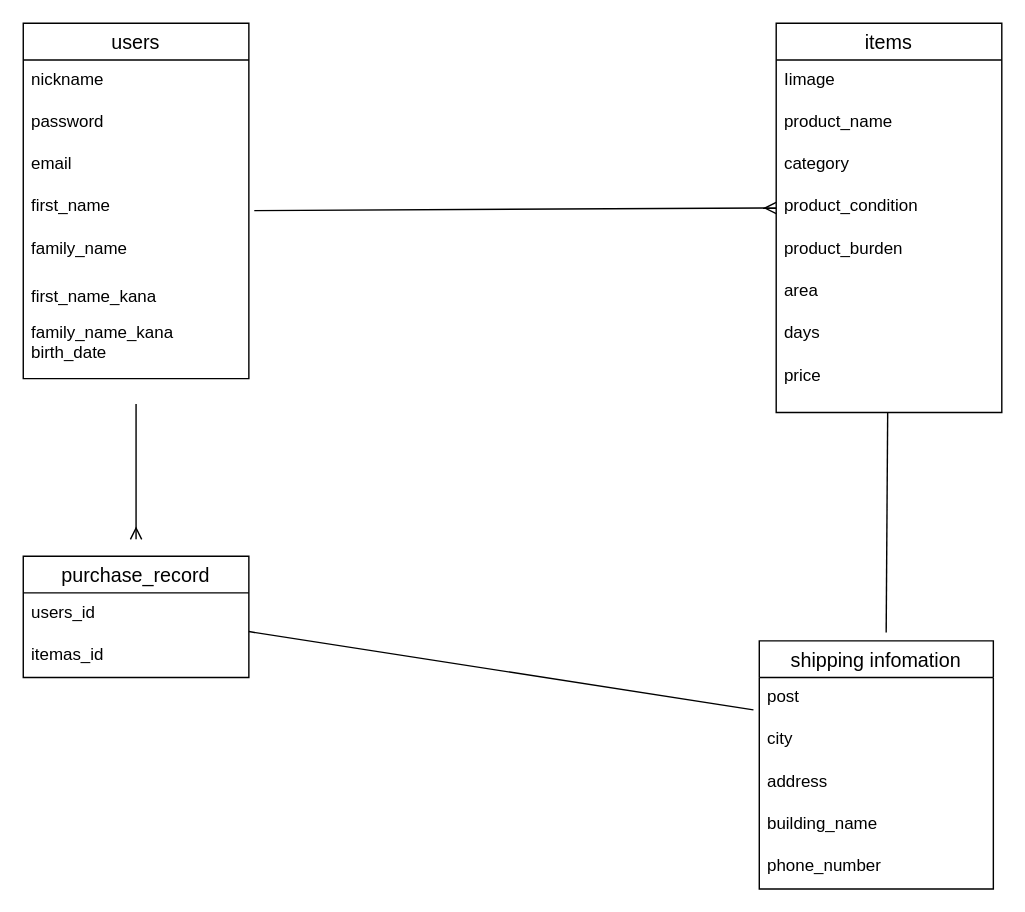
hayasitakahiro/furima-38152 keeps this draw.io diagram as page "ページ1" (1 of 2) of app/sample.dio. Above is the earlier version. Source tidied: cells renumbered, new cells numbered last; positions are measured from the earlier drawing's top-left corner, leaving out a move shared by most shapes. Both pictures are drawn from the tidied source at 141%, with x=0, y=0 at pixel (23, 23).
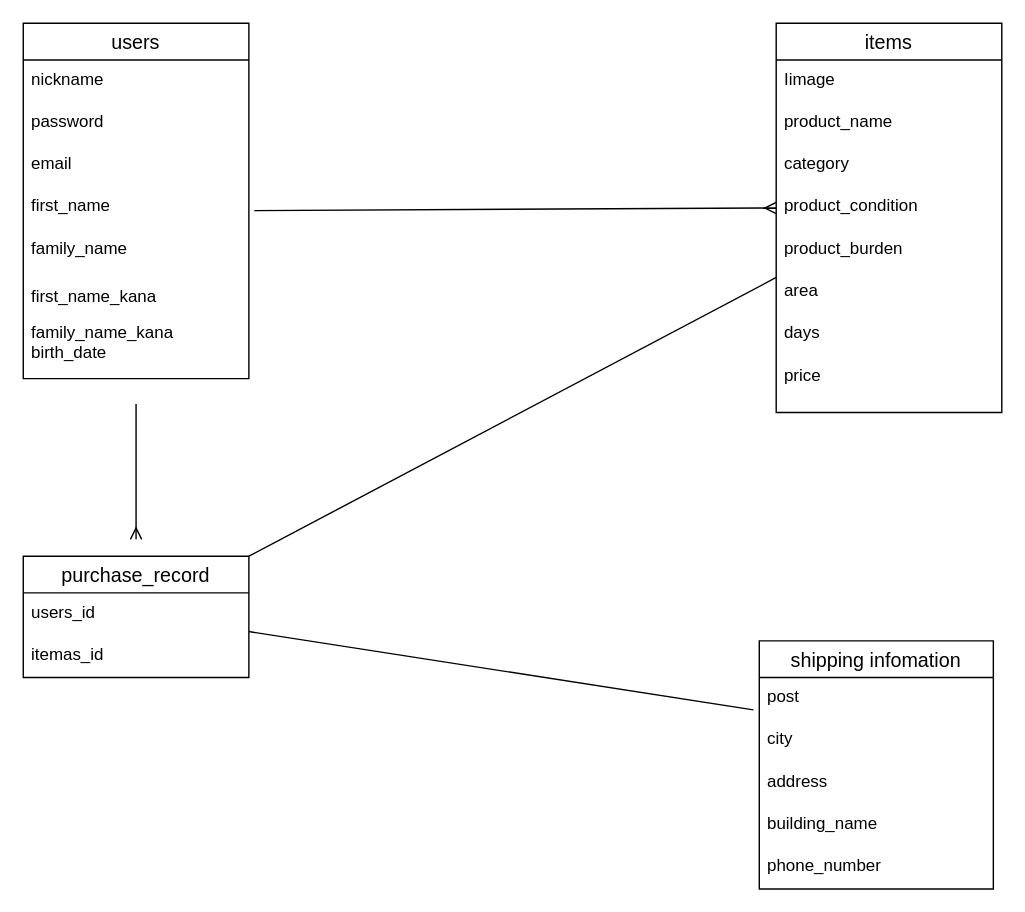
The same page after the edit.

Commit message (it also covers changes not shown here):
データベース設計修正

Unchanged cells that the change refers to:
```xml
<mxCell id="3" value="items" style="swimlane;fontStyle=0;horizontal=1;startSize=26;align=center;fontSize=14;" parent="1" vertex="1">
  <mxGeometry x="534" width="160" height="276" as="geometry" />
</mxCell>
<mxCell id="16" value="purchase_record" style="swimlane;fontStyle=0;horizontal=1;startSize=26;align=center;fontSize=14;" parent="1" vertex="1">
  <mxGeometry y="378" width="160" height="86" as="geometry" />
</mxCell>
```

What changed in the source:
```diff
@@
-    <mxCell id="2" style="edgeStyle=none;html=1;endArrow=none;endFill=0;" parent="1" edge="1" source="3">
-      <mxGeometry relative="1" as="geometry">
-        <mxPoint x="612" y="432" as="targetPoint" />
-      </mxGeometry>
-    </mxCell>
+    <mxCell id="32" style="edgeStyle=none;html=1;entryX=1;entryY=0;entryDx=0;entryDy=0;endArrow=none;endFill=0;" parent="1" edge="1" source="3" target="16">
+      <mxGeometry relative="1" as="geometry" />
+    </mxCell>
```
